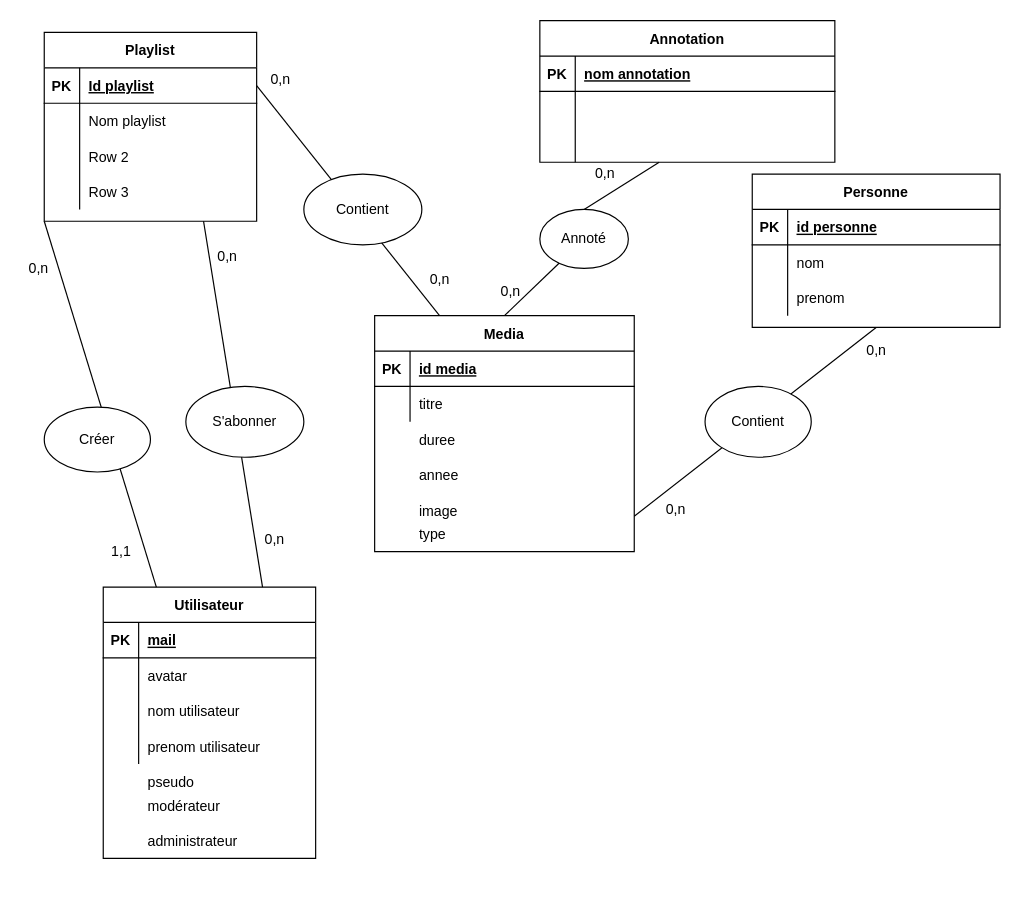
The draw.io diagram public/Untitled Diagram.drawio in johanneclc/CDAW_2022, before the edit. Source tidied: cells renumbered, new cells numbered last; positions are measured from the earlier drawing's top-left corner, leaving out a move shared by most shapes. Both pictures are drawn from the tidied source at 118%, with x=0, y=0 at pixel (20, 20).
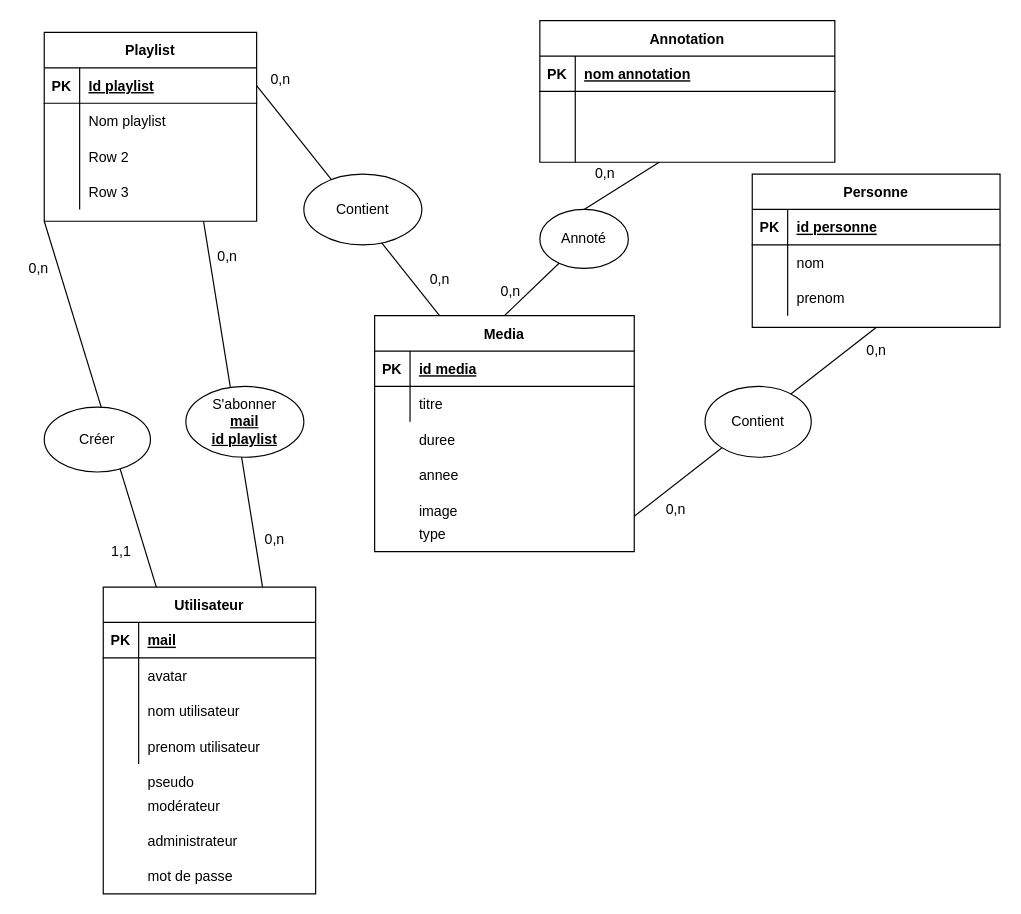
Above is the later version.

Diff of the diagram source:
```diff
@@
     <mxCell id="38" value="Utilisateur" style="shape=table;startSize=30;childLayout=tableLayout;rowLines=0;fontStyle=1;align=center;" parent="1" vertex="1">
-      <mxGeometry x="70" y="480" width="180" height="230" as="geometry" />
+      <mxGeometry x="70" y="480" width="180" height="260" as="geometry" />
     </mxCell>
@@
-    <mxCell id="68" value="S'abonner" style="ellipse;whiteSpace=wrap;html=1;" parent="1" vertex="1">
+    <mxCell id="68" value="S'abonner&lt;br&gt;&lt;u&gt;&lt;b&gt;mail&lt;br&gt;id playlist&lt;/b&gt;&lt;/u&gt;" style="ellipse;whiteSpace=wrap;html=1;" parent="1" vertex="1">
       <mxGeometry x="140" y="310" width="100" height="60" as="geometry" />
     </mxCell>
@@
+    <mxCell id="83" value="mot de passe" style="shape=partialRectangle;fillColor=none;top=0;left=0;bottom=0;right=0;align=left;spacingLeft=6;overflow=hidden;" parent="1" vertex="1">
+      <mxGeometry x="100" y="710" width="150" height="30" as="geometry" />
+    </mxCell>
```
